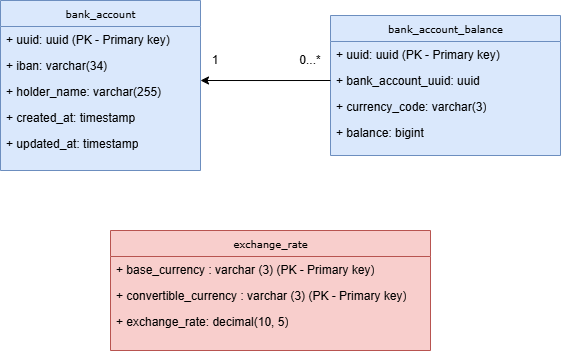
Earlier version of the draw.io export readme_resources/mybank_database_schema.png (nikopa96/mybank-api). Source tidied: cells renumbered, new cells last; positions are measured from the earlier drawing's top-left corner, leaving out a move shared by most shapes. Source of this version:
```xml
<mxGraphModel>
  <root>
    <mxCell id="0" />
    <mxCell id="1" parent="0" />
    <mxCell id="2" value="0...*" style="text;html=1;align=center;verticalAlign=middle;whiteSpace=wrap;rounded=0;" parent="1" vertex="1">
      <mxGeometry x="290" y="47" width="40" height="26" as="geometry" />
    </mxCell>
    <mxCell id="3" value="bank_account" style="swimlane;html=1;fontStyle=0;horizontal=1;startSize=26;fillColor=#DAE8FC;swimlaneFillColor=#DAE8FC;rounded=0;shadow=0;comic=0;labelBackgroundColor=none;strokeWidth=1;fontFamily=Verdana;fontSize=10;align=center;strokeColor=#6c8ebf;" parent="1" vertex="1">
      <mxGeometry width="200" height="170" as="geometry" />
    </mxCell>
    <mxCell id="4" value="+ uuid: uuid (PK - Primary key)" style="text;html=1;strokeColor=none;fillColor=none;align=left;verticalAlign=top;spacingLeft=4;spacingRight=4;whiteSpace=wrap;overflow=hidden;" parent="3" vertex="1">
      <mxGeometry y="26" width="200" height="26" as="geometry" />
    </mxCell>
    <mxCell id="5" value="+ iban: varchar(34)" style="text;html=1;strokeColor=none;fillColor=none;align=left;verticalAlign=top;spacingLeft=4;spacingRight=4;whiteSpace=wrap;overflow=hidden;" parent="3" vertex="1">
      <mxGeometry y="52" width="200" height="26" as="geometry" />
    </mxCell>
    <mxCell id="6" value="+ holder_name: varchar(255)" style="text;html=1;strokeColor=none;fillColor=none;align=left;verticalAlign=top;spacingLeft=4;spacingRight=4;whiteSpace=wrap;overflow=hidden;" parent="3" vertex="1">
      <mxGeometry y="78" width="200" height="26" as="geometry" />
    </mxCell>
    <mxCell id="7" value="+ created_at: timestamp" style="text;html=1;strokeColor=none;fillColor=none;align=left;verticalAlign=top;spacingLeft=4;spacingRight=4;whiteSpace=wrap;overflow=hidden;" parent="3" vertex="1">
      <mxGeometry y="104" width="200" height="26" as="geometry" />
    </mxCell>
    <mxCell id="8" value="+ updated_at: timestamp" style="text;html=1;strokeColor=none;fillColor=none;align=left;verticalAlign=top;spacingLeft=4;spacingRight=4;whiteSpace=wrap;overflow=hidden;" parent="3" vertex="1">
      <mxGeometry y="130" width="200" height="26" as="geometry" />
    </mxCell>
    <mxCell id="9" value="bank_account_balance" style="swimlane;html=1;fontStyle=0;horizontal=1;startSize=26;fillColor=#DAE8FC;swimlaneFillColor=#DAE8FC;rounded=0;shadow=0;comic=0;labelBackgroundColor=none;strokeWidth=1;fontFamily=Verdana;fontSize=10;align=center;strokeColor=#6c8ebf;" parent="1" vertex="1">
      <mxGeometry x="330" y="15" width="230" height="140" as="geometry" />
    </mxCell>
    <mxCell id="10" value="+ uuid: uuid (PK - Primary key)" style="text;html=1;strokeColor=none;fillColor=none;align=left;verticalAlign=top;spacingLeft=4;spacingRight=4;whiteSpace=wrap;overflow=hidden;" parent="9" vertex="1">
      <mxGeometry y="26" width="230" height="26" as="geometry" />
    </mxCell>
    <mxCell id="11" style="edgeStyle=orthogonalEdgeStyle;rounded=0;jettySize=auto;html=1;exitX=0;exitY=0.5;exitDx=0;exitDy=0;" parent="9" edge="1" source="12">
      <mxGeometry relative="1" as="geometry">
        <mxPoint x="-130" y="65" as="targetPoint" />
      </mxGeometry>
    </mxCell>
    <mxCell id="12" value="+ bank_account_uuid: uuid" style="text;html=1;strokeColor=none;fillColor=none;align=left;verticalAlign=top;spacingLeft=4;spacingRight=4;whiteSpace=wrap;overflow=hidden;points=[[0,0.5],[1,0.5]];portConstraint=eastwest;" parent="9" vertex="1">
      <mxGeometry y="52" width="230" height="26" as="geometry" />
    </mxCell>
    <mxCell id="13" value="+ currency_code: varchar(3)" style="text;html=1;strokeColor=none;fillColor=none;align=left;verticalAlign=top;spacingLeft=4;spacingRight=4;whiteSpace=wrap;overflow=hidden;" parent="9" vertex="1">
      <mxGeometry y="78" width="230" height="26" as="geometry" />
    </mxCell>
    <mxCell id="14" value="+ balance: bigint" style="text;html=1;strokeColor=none;fillColor=none;align=left;verticalAlign=top;spacingLeft=4;spacingRight=4;whiteSpace=wrap;overflow=hidden;" parent="9" vertex="1">
      <mxGeometry y="104" width="230" height="26" as="geometry" />
    </mxCell>
    <mxCell id="15" value="1" style="text;html=1;align=center;verticalAlign=middle;whiteSpace=wrap;rounded=0;" parent="1" vertex="1">
      <mxGeometry x="210" y="50" width="10" height="20" as="geometry" />
    </mxCell>
    <mxCell id="16" value="exchange_rate" style="swimlane;html=1;fontStyle=0;horizontal=1;startSize=26;fillColor=#f8cecc;swimlaneFillColor=#F8CECC;rounded=0;shadow=0;comic=0;labelBackgroundColor=none;strokeWidth=1;fontFamily=Verdana;fontSize=10;align=center;strokeColor=#b85450;" parent="1" vertex="1">
      <mxGeometry x="110" y="230" width="320" height="120" as="geometry" />
    </mxCell>
    <mxCell id="17" value="+ base_currency&amp;nbsp;: varchar (3) (PK - Primary key)" style="text;html=1;strokeColor=none;fillColor=none;align=left;verticalAlign=top;spacingLeft=4;spacingRight=4;whiteSpace=wrap;overflow=hidden;" parent="16" vertex="1">
      <mxGeometry y="26" width="320" height="26" as="geometry" />
    </mxCell>
    <mxCell id="18" value="+ convertible_currency&amp;nbsp;: varchar (3) (PK - Primary key)" style="text;html=1;strokeColor=none;fillColor=none;align=left;verticalAlign=top;spacingLeft=4;spacingRight=4;whiteSpace=wrap;overflow=hidden;" parent="16" vertex="1">
      <mxGeometry y="52" width="320" height="26" as="geometry" />
    </mxCell>
    <mxCell id="19" value="+ exchange_rate: decimal(10, 5)" style="text;html=1;strokeColor=none;fillColor=none;align=left;verticalAlign=top;spacingLeft=4;spacingRight=4;whiteSpace=wrap;overflow=hidden;" parent="16" vertex="1">
      <mxGeometry y="78" width="320" height="26" as="geometry" />
    </mxCell>
  </root>
</mxGraphModel>
```
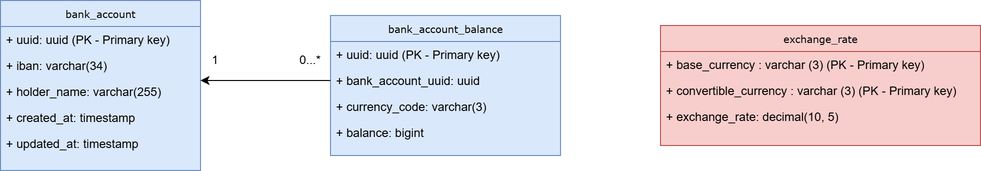
After the commit.

Change to the diagram source:
```diff
@@ -29,11 +29,11 @@
     <mxCell id="10" value="+ uuid: uuid (PK - Primary key)" style="text;html=1;strokeColor=none;fillColor=none;align=left;verticalAlign=top;spacingLeft=4;spacingRight=4;whiteSpace=wrap;overflow=hidden;" parent="9" vertex="1">
       <mxGeometry y="26" width="230" height="26" as="geometry" />
     </mxCell>
-    <mxCell id="11" style="edgeStyle=orthogonalEdgeStyle;rounded=0;jettySize=auto;html=1;exitX=0;exitY=0.5;exitDx=0;exitDy=0;" parent="9" edge="1" source="12">
-      <mxGeometry relative="1" as="geometry">
-        <mxPoint x="-130" y="65" as="targetPoint" />
-      </mxGeometry>
-    </mxCell>
+    <mxCell id="20" style="edgeStyle=orthogonalEdgeStyle;rounded=0;jettySize=auto;html=1;exitX=0;exitY=0.5;exitDx=0;exitDy=0;" parent="9" edge="1" source="12">
+      <mxGeometry relative="1" as="geometry">
+        <mxPoint x="-130" y="65" as="targetPoint" />
+      </mxGeometry>
+    </mxCell>
     <mxCell id="12" value="+ bank_account_uuid: uuid" style="text;html=1;strokeColor=none;fillColor=none;align=left;verticalAlign=top;spacingLeft=4;spacingRight=4;whiteSpace=wrap;overflow=hidden;points=[[0,0.5],[1,0.5]];portConstraint=eastwest;" parent="9" vertex="1">
       <mxGeometry y="52" width="230" height="26" as="geometry" />
     </mxCell>
@@ -47,7 +47,7 @@
       <mxGeometry x="210" y="50" width="10" height="20" as="geometry" />
     </mxCell>
     <mxCell id="16" value="exchange_rate" style="swimlane;html=1;fontStyle=0;horizontal=1;startSize=26;fillColor=#f8cecc;swimlaneFillColor=#F8CECC;rounded=0;shadow=0;comic=0;labelBackgroundColor=none;strokeWidth=1;fontFamily=Verdana;fontSize=10;align=center;strokeColor=#b85450;" parent="1" vertex="1">
-      <mxGeometry x="110" y="230" width="320" height="120" as="geometry" />
+      <mxGeometry x="660" y="25" width="320" height="120" as="geometry" />
     </mxCell>
     <mxCell id="17" value="+ base_currency&amp;nbsp;: varchar (3) (PK - Primary key)" style="text;html=1;strokeColor=none;fillColor=none;align=left;verticalAlign=top;spacingLeft=4;spacingRight=4;whiteSpace=wrap;overflow=hidden;" parent="16" vertex="1">
       <mxGeometry y="26" width="320" height="26" as="geometry" />
```
